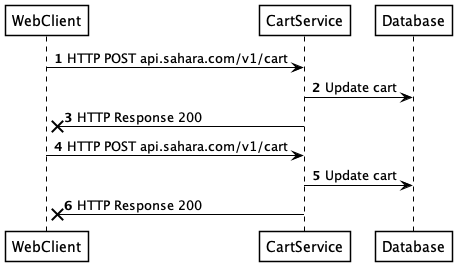
Before: slides/distributed1/diagrams/drop2Recovery.png, a diagram exported from PlantUML (CSSE6400/software-architecture). Source of this version:
```plantuml
@startuml drop2Recovery
skinparam shadowing false
skinparam ParticipantBorderColor black
skinparam ArrowColor black
skinparam ParticipantBackgroundColor white
skinparam ParticipantFontColor black
skinparam SequenceLifeLineBorderColor black

autonumber
WebClient -> CartService : HTTP POST api.sahara.com/v1/cart
CartService -> Database : Update cart
CartService ->x WebClient : HTTP Response 200
WebClient -> CartService : HTTP POST api.sahara.com/v1/cart
CartService -> Database : Update cart
CartService ->x WebClient : HTTP Response 200

@enduml
```
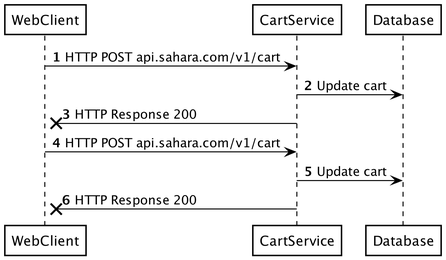
Above is the later version.

Diff of the diagram source:
```diff
@@ -1,4 +1,5 @@
 @startuml drop2Recovery
+skinparamlocked dpi 300
 skinparam shadowing false
 skinparam ParticipantBorderColor black
 skinparam ArrowColor black
```
